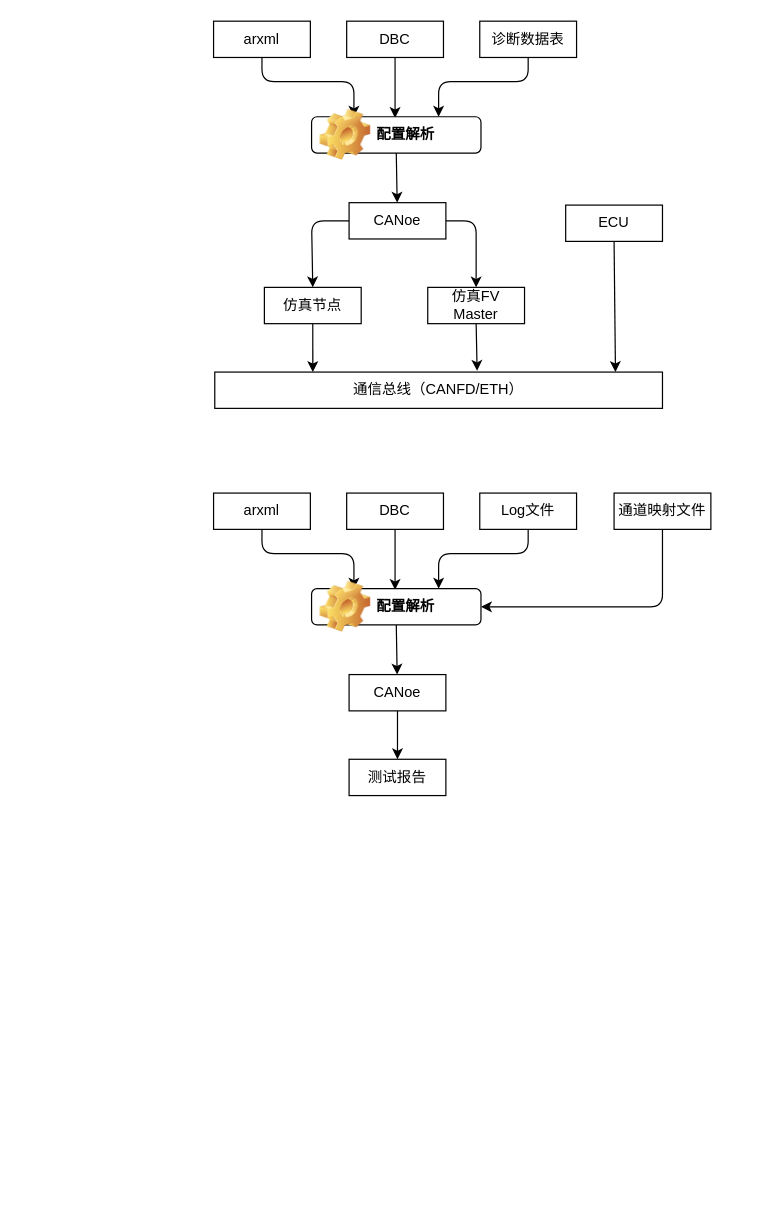
Earlier version of the draw.io diagram courses/icv/lectures/secoc-test.drawio (hhhparty/security). Source tidied: cells renumbered, new cells numbered last; positions are measured from the earlier drawing's top-left corner, leaving out a move shared by most shapes. Both pictures are drawn from the tidied source at 121%, with x=0, y=0 at pixel (213, 21).
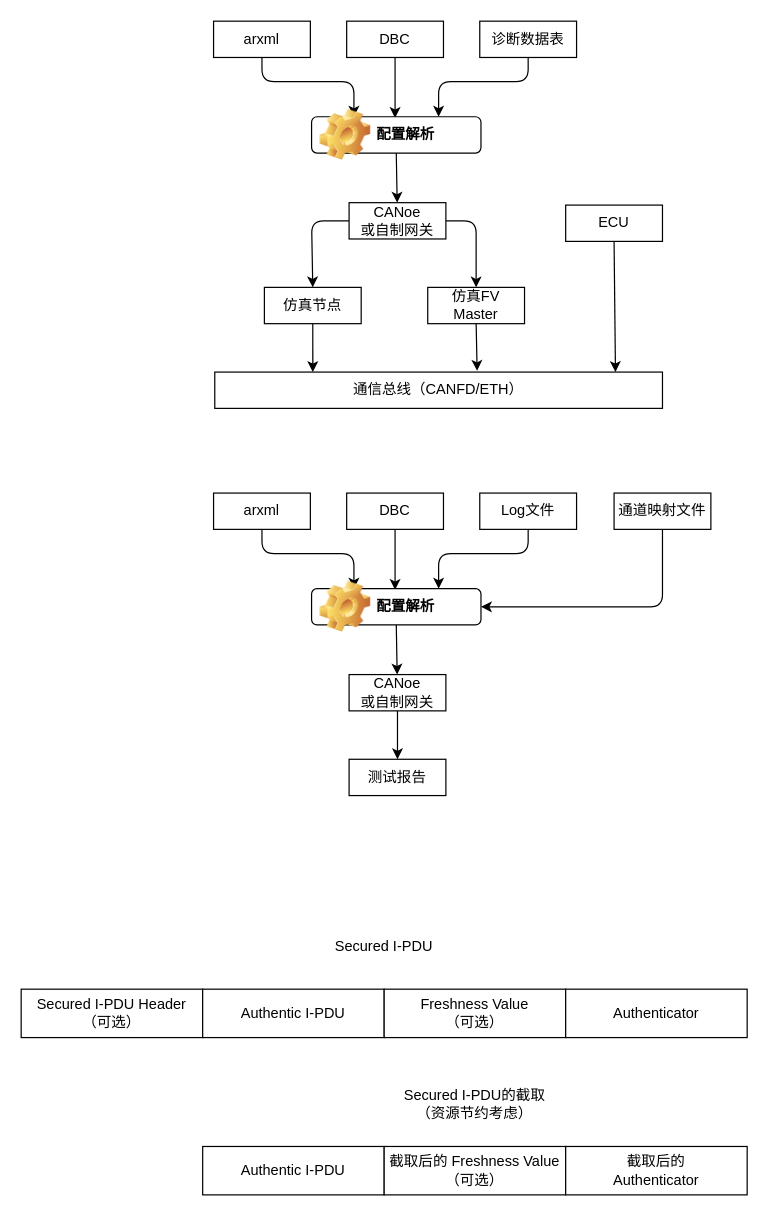
Above is the later version.

Change to the diagram source:
```diff
@@
-    <mxCell id="12" value="CANoe" style="rounded=0;whiteSpace=wrap;html=1;" parent="1" vertex="1">
+    <mxCell id="12" value="CANoe&lt;br&gt;或自制网关" style="rounded=0;whiteSpace=wrap;html=1;" parent="1" vertex="1">
       <mxGeometry x="112" y="150" width="80" height="30" as="geometry" />
     </mxCell>
@@
-    <mxCell id="29" value="CANoe" style="rounded=0;whiteSpace=wrap;html=1;" parent="1" vertex="1">
+    <mxCell id="29" value="CANoe&lt;br&gt;或自制网关" style="rounded=0;whiteSpace=wrap;html=1;" parent="1" vertex="1">
       <mxGeometry x="112" y="540" width="80" height="30" as="geometry" />
     </mxCell>
@@
+    <mxCell id="33" value="Secured I-PDU Header&lt;br&gt;（可选）" style="rounded=0;whiteSpace=wrap;html=1;" parent="1" vertex="1">
+      <mxGeometry x="-159" y="800" width="150" height="40" as="geometry" />
+    </mxCell>
+    <mxCell id="34" value="Secured I-PDU" style="text;html=1;strokeColor=none;fillColor=none;align=center;verticalAlign=middle;whiteSpace=wrap;rounded=0;" parent="1" vertex="1">
+      <mxGeometry x="81" y="750" width="120" height="30" as="geometry" />
+    </mxCell>
+    <mxCell id="35" value="Authentic I-PDU" style="rounded=0;whiteSpace=wrap;html=1;" parent="1" vertex="1">
+      <mxGeometry x="-9" y="800" width="150" height="40" as="geometry" />
+    </mxCell>
+    <mxCell id="36" value="Freshness Value&lt;br&gt;（可选）" style="rounded=0;whiteSpace=wrap;html=1;" parent="1" vertex="1">
+      <mxGeometry x="141" y="800" width="150" height="40" as="geometry" />
+    </mxCell>
+    <mxCell id="37" value="Authenticator" style="rounded=0;whiteSpace=wrap;html=1;" parent="1" vertex="1">
+      <mxGeometry x="291" y="800" width="150" height="40" as="geometry" />
+    </mxCell>
+    <mxCell id="38" value="Secured I-PDU的截取（资源节约考虑）" style="text;html=1;strokeColor=none;fillColor=none;align=center;verticalAlign=middle;whiteSpace=wrap;rounded=0;" parent="1" vertex="1">
+      <mxGeometry x="156" y="880" width="120" height="30" as="geometry" />
+    </mxCell>
+    <mxCell id="39" value="Authentic I-PDU" style="rounded=0;whiteSpace=wrap;html=1;" parent="1" vertex="1">
+      <mxGeometry x="-9" y="930" width="150" height="40" as="geometry" />
+    </mxCell>
+    <mxCell id="40" value="截取后的 Freshness Value&lt;br&gt;（可选）" style="rounded=0;whiteSpace=wrap;html=1;" parent="1" vertex="1">
+      <mxGeometry x="141" y="930" width="150" height="40" as="geometry" />
+    </mxCell>
+    <mxCell id="41" value="截取后的&lt;br&gt;Authenticator" style="rounded=0;whiteSpace=wrap;html=1;" parent="1" vertex="1">
+      <mxGeometry x="291" y="930" width="150" height="40" as="geometry" />
+    </mxCell>
```
